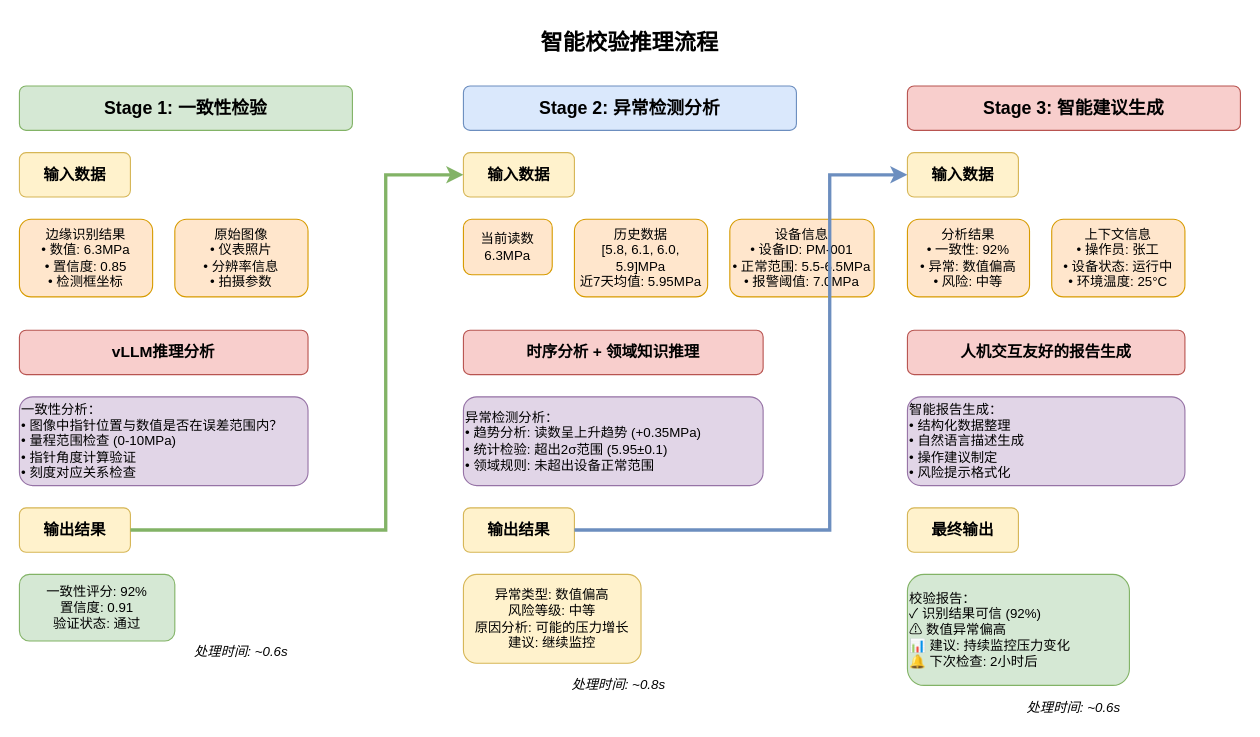
This is draw/intelligent_verification_inference_flow.drawio from aigc-open/ocr-design, a draw.io file, before an edit. Source tidied: cells renumbered, new cells numbered last; positions are measured from the earlier drawing's top-left corner, leaving out a move shared by most shapes. Both pictures are drawn from the tidied source at 111%, with x=0, y=0 at pixel (19, 19).
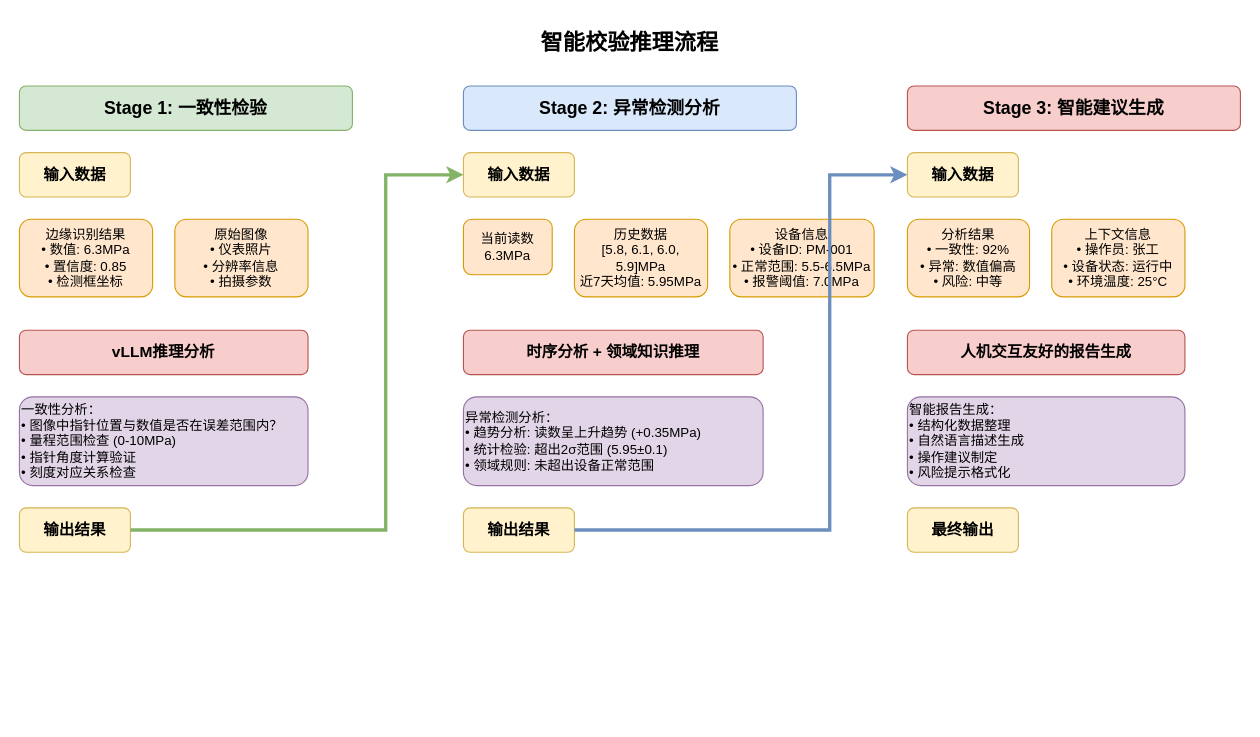
Above is the later version.

Commit message (it also covers changes not shown here):
Update README files and diagram to reflect changes in output metrics for consistency verification stage, replacing "一致性评分 + 置信度" with "识别结果 + 误差范围". Adjust diagram layout for improved clarity.

The edit, as a diff of the source:
```diff
@@
-    <mxCell id="10" value="一致性评分: 92%&#10;置信度: 0.91&#10;验证状态: 通过" style="rounded=1;whiteSpace=wrap;html=1;fillColor=#d5e8d4;strokeColor=#82b366;" parent="1" vertex="1">
-      <mxGeometry y="500" width="140" height="60" as="geometry" />
-    </mxCell>
@@
-    <mxCell id="19" value="异常类型: 数值偏高&#10;风险等级: 中等&#10;原因分析: 可能的压力增长&#10;建议: 继续监控" style="rounded=1;whiteSpace=wrap;html=1;fillColor=#fff2cc;strokeColor=#d6b656;" parent="1" vertex="1">
-      <mxGeometry x="400" y="500" width="160" height="80" as="geometry" />
-    </mxCell>
@@
-    <mxCell id="27" value="校验报告：&#10;✓ 识别结果可信 (92%)&#10;⚠ 数值异常偏高&#10;📊 建议: 持续监控压力变化&#10;🔔 下次检查: 2小时后" style="rounded=1;whiteSpace=wrap;html=1;fillColor=#d5e8d4;strokeColor=#82b366;align=left;" parent="1" vertex="1">
-      <mxGeometry x="800" y="500" width="200" height="100" as="geometry" />
-    </mxCell>
@@
-    <mxCell id="30" value="处理时间: ~0.6s" style="text;html=1;strokeColor=none;fillColor=none;align=center;verticalAlign=middle;whiteSpace=wrap;rounded=0;fontSize=12;fontStyle=2;" parent="1" vertex="1">
-      <mxGeometry x="150" y="560" width="100" height="20" as="geometry" />
-    </mxCell>
-    <mxCell id="31" value="处理时间: ~0.8s" style="text;html=1;strokeColor=none;fillColor=none;align=center;verticalAlign=middle;whiteSpace=wrap;rounded=0;fontSize=12;fontStyle=2;" parent="1" vertex="1">
-      <mxGeometry x="490" y="590" width="100" height="20" as="geometry" />
-    </mxCell>
-    <mxCell id="32" value="处理时间: ~0.6s" style="text;html=1;strokeColor=none;fillColor=none;align=center;verticalAlign=middle;whiteSpace=wrap;rounded=0;fontSize=12;fontStyle=2;" parent="1" vertex="1">
-      <mxGeometry x="900" y="610" width="100" height="20" as="geometry" />
-    </mxCell>
```
